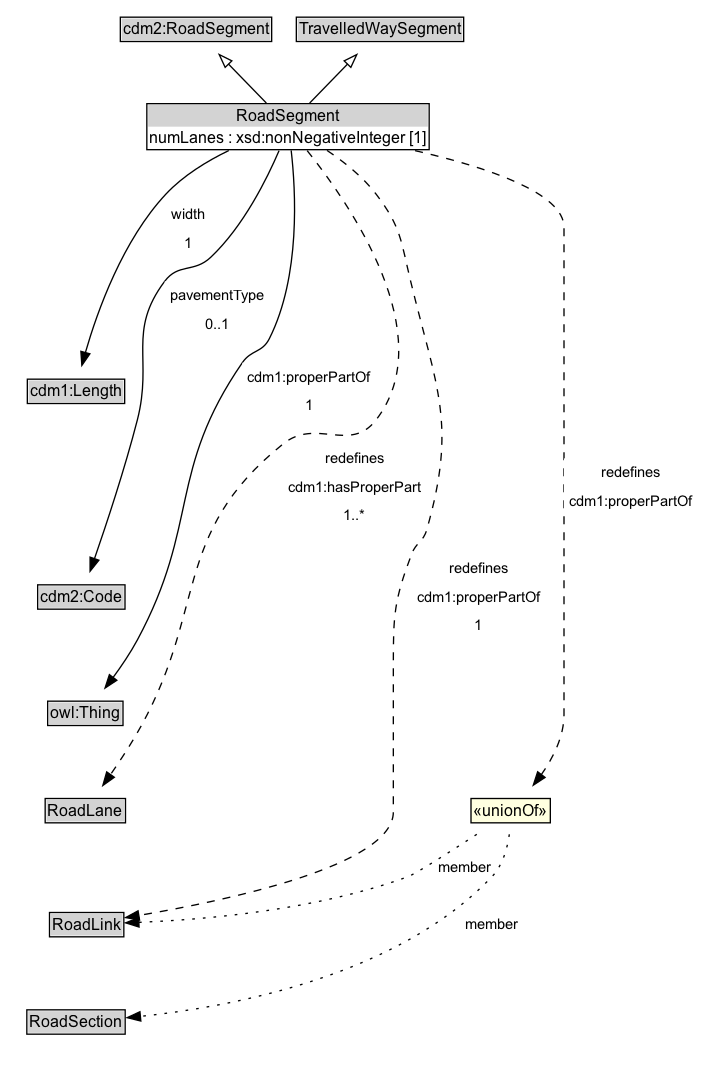
The Graphviz diagram docs/diagrams/RoadSegment.dot.png in ISO-TC204/ontology-cdm-p3-v1, before a commit. Its source is kept beside it as docs/diagrams/RoadSegment.dot. The source it was exported from:
```dot
digraph {
	graph [overlap=false rankdir=TB splines=true]
	node [fontname=Arial fontsize=12 margin=0 shape=none]
	edge [fontname=Arial fontsize=11]
	{
		rank=source
		cdm2_RoadSegment [label=<<TABLE BORDER="1" CELLBORDER="0" CELLSPACING="0" CELLPADDING="1"><TR><TD BGCOLOR="lightgray" ALIGN="CENTER">cdm2:RoadSegment</TD></TR></TABLE>> URL="https://w3id.org/citydata/part2/v1/RoadSegment" margin=0]
		TravelledWaySegment [label=<<TABLE BORDER="1" CELLBORDER="0" CELLSPACING="0" CELLPADDING="1"><TR><TD BGCOLOR="lightgray" ALIGN="CENTER">TravelledWaySegment</TD></TR></TABLE>> URL="../TravelledWaySegment" margin=0]
	}
	RoadSegment [label=<<TABLE BORDER="1" CELLBORDER="0" CELLSPACING="0" CELLPADDING="1"><TR><TD BGCOLOR="lightgray" ALIGN="CENTER">RoadSegment</TD></TR><TR><TD ALIGN="LEFT">numLanes : xsd:nonNegativeInteger [1]</TD></TR></TABLE>> URL="../RoadSegment" margin=0]
	{
		rank=max
	}
	subgraph cluster_associated {
		label="" style=invis
		Invis [label=<<TABLE BORDER="0" CELLBORDER="0" CELLSPACING="0" CELLPADDING="1"><TR><TD></TD></TR></TABLE>> margin=0 style=invis]
		cdm1_Length [label=<<TABLE BORDER="1" CELLBORDER="0" CELLSPACING="0" CELLPADDING="1"><TR><TD BGCOLOR="lightgray" ALIGN="CENTER">cdm1:Length</TD></TR></TABLE>> URL="https://w3id.org/citydata/part1/v1/Length" margin=0]
		cdm2_Code [label=<<TABLE BORDER="1" CELLBORDER="0" CELLSPACING="0" CELLPADDING="1"><TR><TD BGCOLOR="lightgray" ALIGN="CENTER">cdm2:Code</TD></TR></TABLE>> URL="https://w3id.org/citydata/part2/v1/Code" margin=0]
		owl_Thing [label=<<TABLE BORDER="1" CELLBORDER="0" CELLSPACING="0" CELLPADDING="1"><TR><TD BGCOLOR="lightgray" ALIGN="CENTER">owl:Thing</TD></TR></TABLE>> URL="https://w3id.org/citydata/imported/owl/latest/Thing" margin=0]
		RoadLane [label=<<TABLE BORDER="1" CELLBORDER="0" CELLSPACING="0" CELLPADDING="1"><TR><TD BGCOLOR="lightgray" ALIGN="CENTER">RoadLane</TD></TR></TABLE>> URL="../RoadLane" margin=0]
		RoadLink [label=<<TABLE BORDER="1" CELLBORDER="0" CELLSPACING="0" CELLPADDING="1"><TR><TD BGCOLOR="lightgray" ALIGN="CENTER">RoadLink</TD></TR></TABLE>> URL="../RoadLink" margin=0]
		RoadSection [label=<<TABLE BORDER="1" CELLBORDER="0" CELLSPACING="0" CELLPADDING="1"><TR><TD BGCOLOR="lightgray" ALIGN="CENTER">RoadSection</TD></TR></TABLE>> URL="../RoadSection" margin=0]
	}
	RoadSegment -> cdm2_RoadSegment [arrowhead=onormal style=solid]
	RoadSegment -> TravelledWaySegment [arrowhead=onormal style=solid]
	RoadSegment -> Invis [style=invis]
	Invis -> cdm1_Length [style=invis]
	cdm1_Length -> cdm2_Code [style=invis]
	cdm2_Code -> owl_Thing [style=invis]
	owl_Thing -> RoadLane [style=invis]
	RoadLane -> RoadLink [style=invis]
	RoadLink -> RoadSection [style=invis]
	cdm1_Length [label=<<TABLE BORDER="1" CELLBORDER="0" CELLSPACING="0" CELLPADDING="1"><TR><TD BGCOLOR="lightgray" ALIGN="CENTER">cdm1:Length</TD></TR></TABLE>> URL="https://w3id.org/citydata/part1/v1/Length" margin=0]
	RoadSegment -> cdm1_Length [label=<<TABLE BORDER="0" CELLBORDER="0" CELLSPACING="0" CELLPADDING="4" BGCOLOR="white"><TR><TD ALIGN="CENTER">width</TD></TR><TR><TD ALIGN="CENTER">1</TD></TR></TABLE>> arrowhead=normal style=solid]
	neeae970be7f1404abb59572b2a28fc09b38 [label=<<TABLE BORDER="1" CELLBORDER="0" CELLSPACING="0" CELLPADDING="1" BGCOLOR="lightyellow"><TR><TD ALIGN="CENTER">«unionOf»</TD></TR></TABLE>> margin=0]
	RoadLink [label=<<TABLE BORDER="1" CELLBORDER="0" CELLSPACING="0" CELLPADDING="1"><TR><TD BGCOLOR="lightgray" ALIGN="CENTER">RoadLink</TD></TR></TABLE>> URL="../RoadLink" margin=0]
	neeae970be7f1404abb59572b2a28fc09b38 -> RoadLink [label=member arrowhead=normal style=dotted]
	RoadSection [label=<<TABLE BORDER="1" CELLBORDER="0" CELLSPACING="0" CELLPADDING="1"><TR><TD BGCOLOR="lightgray" ALIGN="CENTER">RoadSection</TD></TR></TABLE>> URL="../RoadSection" margin=0]
	neeae970be7f1404abb59572b2a28fc09b38 -> RoadSection [label=member arrowhead=normal style=dotted]
	RoadSegment -> neeae970be7f1404abb59572b2a28fc09b38 [label=<<TABLE BORDER="0" CELLBORDER="0" CELLSPACING="0" CELLPADDING="4" BGCOLOR="white"><TR><TD ALIGN="CENTER">redefines</TD></TR><TR><TD ALIGN="CENTER">cdm1:properPartOf</TD></TR></TABLE>> arrowhead=normal style=dashed]
	RoadLane [label=<<TABLE BORDER="1" CELLBORDER="0" CELLSPACING="0" CELLPADDING="1"><TR><TD BGCOLOR="lightgray" ALIGN="CENTER">RoadLane</TD></TR></TABLE>> URL="../RoadLane" margin=0]
	RoadSegment -> RoadLane [label=<<TABLE BORDER="0" CELLBORDER="0" CELLSPACING="0" CELLPADDING="4" BGCOLOR="white"><TR><TD ALIGN="CENTER">redefines</TD></TR><TR><TD ALIGN="CENTER">cdm1:hasProperPart</TD></TR><TR><TD ALIGN="CENTER">1..*</TD></TR></TABLE>> arrowhead=normal style=dashed]
	RoadSegment -> RoadLink [label=<<TABLE BORDER="0" CELLBORDER="0" CELLSPACING="0" CELLPADDING="4" BGCOLOR="white"><TR><TD ALIGN="CENTER">redefines</TD></TR><TR><TD ALIGN="CENTER">cdm1:properPartOf</TD></TR><TR><TD ALIGN="CENTER">1</TD></TR></TABLE>> arrowhead=normal style=dashed]
	cdm2_Code [label=<<TABLE BORDER="1" CELLBORDER="0" CELLSPACING="0" CELLPADDING="1"><TR><TD BGCOLOR="lightgray" ALIGN="CENTER">cdm2:Code</TD></TR></TABLE>> URL="https://w3id.org/citydata/part2/v1/Code" margin=0]
	RoadSegment -> cdm2_Code [label=<<TABLE BORDER="0" CELLBORDER="0" CELLSPACING="0" CELLPADDING="4" BGCOLOR="white"><TR><TD ALIGN="CENTER">pavementType</TD></TR><TR><TD ALIGN="CENTER">0..1</TD></TR></TABLE>> arrowhead=normal style=solid]
	owl_Thing [label=<<TABLE BORDER="1" CELLBORDER="0" CELLSPACING="0" CELLPADDING="1"><TR><TD BGCOLOR="lightgray" ALIGN="CENTER">owl:Thing</TD></TR></TABLE>> URL="https://w3id.org/citydata/imported/owl/latest/Thing" margin=0]
	RoadSegment -> owl_Thing [label=<<TABLE BORDER="0" CELLBORDER="0" CELLSPACING="0" CELLPADDING="4" BGCOLOR="white"><TR><TD ALIGN="CENTER">cdm1:properPartOf</TD></TR><TR><TD ALIGN="CENTER">1</TD></TR></TABLE>> arrowhead=normal style=solid]
}
```
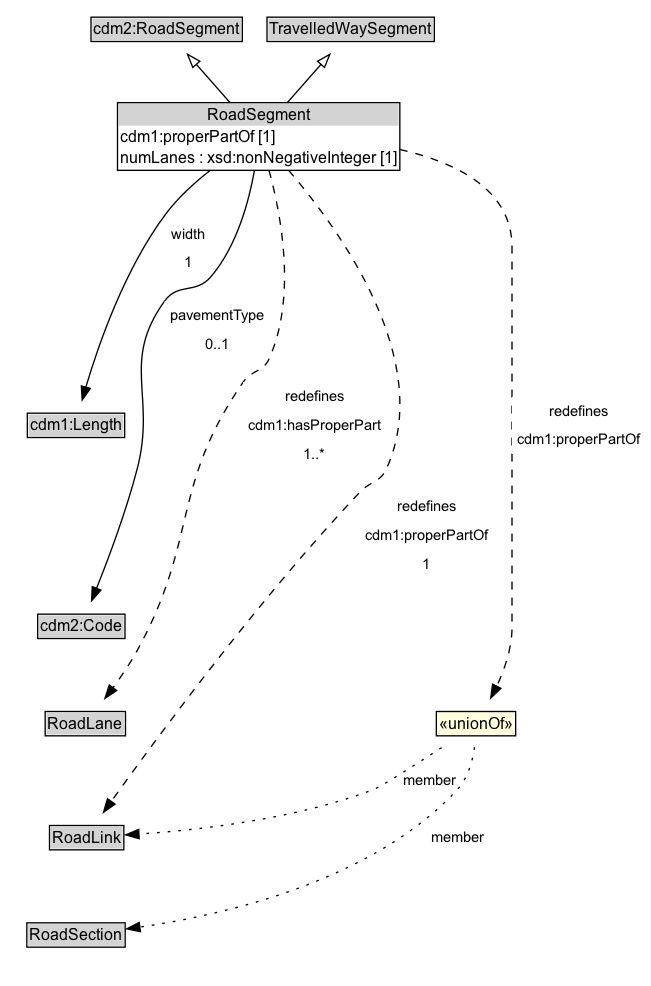
The same file after the commit.

The edit, as a diff of the source:
```diff
@@ -7,7 +7,7 @@
 		cdm2_RoadSegment [label=<<TABLE BORDER="1" CELLBORDER="0" CELLSPACING="0" CELLPADDING="1"><TR><TD BGCOLOR="lightgray" ALIGN="CENTER">cdm2:RoadSegment</TD></TR></TABLE>> URL="https://w3id.org/citydata/part2/v1/RoadSegment" margin=0]
 		TravelledWaySegment [label=<<TABLE BORDER="1" CELLBORDER="0" CELLSPACING="0" CELLPADDING="1"><TR><TD BGCOLOR="lightgray" ALIGN="CENTER">TravelledWaySegment</TD></TR></TABLE>> URL="../TravelledWaySegment" margin=0]
 	}
-	RoadSegment [label=<<TABLE BORDER="1" CELLBORDER="0" CELLSPACING="0" CELLPADDING="1"><TR><TD BGCOLOR="lightgray" ALIGN="CENTER">RoadSegment</TD></TR><TR><TD ALIGN="LEFT">numLanes : xsd:nonNegativeInteger [1]</TD></TR></TABLE>> URL="../RoadSegment" margin=0]
+	RoadSegment [label=<<TABLE BORDER="1" CELLBORDER="0" CELLSPACING="0" CELLPADDING="1"><TR><TD BGCOLOR="lightgray" ALIGN="CENTER">RoadSegment</TD></TR><TR><TD ALIGN="LEFT">cdm1:properPartOf [1]</TD></TR><TR><TD ALIGN="LEFT">numLanes : xsd:nonNegativeInteger [1]</TD></TR></TABLE>> URL="../RoadSegment" margin=0]
 	{
 		rank=max
 	}
@@ -16,7 +16,6 @@
 		Invis [label=<<TABLE BORDER="0" CELLBORDER="0" CELLSPACING="0" CELLPADDING="1"><TR><TD></TD></TR></TABLE>> margin=0 style=invis]
 		cdm1_Length [label=<<TABLE BORDER="1" CELLBORDER="0" CELLSPACING="0" CELLPADDING="1"><TR><TD BGCOLOR="lightgray" ALIGN="CENTER">cdm1:Length</TD></TR></TABLE>> URL="https://w3id.org/citydata/part1/v1/Length" margin=0]
 		cdm2_Code [label=<<TABLE BORDER="1" CELLBORDER="0" CELLSPACING="0" CELLPADDING="1"><TR><TD BGCOLOR="lightgray" ALIGN="CENTER">cdm2:Code</TD></TR></TABLE>> URL="https://w3id.org/citydata/part2/v1/Code" margin=0]
-		owl_Thing [label=<<TABLE BORDER="1" CELLBORDER="0" CELLSPACING="0" CELLPADDING="1"><TR><TD BGCOLOR="lightgray" ALIGN="CENTER">owl:Thing</TD></TR></TABLE>> URL="https://w3id.org/citydata/imported/owl/latest/Thing" margin=0]
 		RoadLane [label=<<TABLE BORDER="1" CELLBORDER="0" CELLSPACING="0" CELLPADDING="1"><TR><TD BGCOLOR="lightgray" ALIGN="CENTER">RoadLane</TD></TR></TABLE>> URL="../RoadLane" margin=0]
 		RoadLink [label=<<TABLE BORDER="1" CELLBORDER="0" CELLSPACING="0" CELLPADDING="1"><TR><TD BGCOLOR="lightgray" ALIGN="CENTER">RoadLink</TD></TR></TABLE>> URL="../RoadLink" margin=0]
 		RoadSection [label=<<TABLE BORDER="1" CELLBORDER="0" CELLSPACING="0" CELLPADDING="1"><TR><TD BGCOLOR="lightgray" ALIGN="CENTER">RoadSection</TD></TR></TABLE>> URL="../RoadSection" margin=0]
@@ -26,23 +25,20 @@
 	RoadSegment -> Invis [style=invis]
 	Invis -> cdm1_Length [style=invis]
 	cdm1_Length -> cdm2_Code [style=invis]
-	cdm2_Code -> owl_Thing [style=invis]
-	owl_Thing -> RoadLane [style=invis]
+	cdm2_Code -> RoadLane [style=invis]
 	RoadLane -> RoadLink [style=invis]
 	RoadLink -> RoadSection [style=invis]
+	RoadLane [label=<<TABLE BORDER="1" CELLBORDER="0" CELLSPACING="0" CELLPADDING="1"><TR><TD BGCOLOR="lightgray" ALIGN="CENTER">RoadLane</TD></TR></TABLE>> URL="../RoadLane" margin=0]
+	RoadSegment -> RoadLane [label=<<TABLE BORDER="0" CELLBORDER="0" CELLSPACING="0" CELLPADDING="4" BGCOLOR="white"><TR><TD ALIGN="CENTER">redefines</TD></TR><TR><TD ALIGN="CENTER">cdm1:hasProperPart</TD></TR><TR><TD ALIGN="CENTER">1..*</TD></TR></TABLE>> arrowhead=normal style=dashed]
+	nf9bf95ca936a48ed91a85f16e3ee047ab37 [label=<<TABLE BORDER="1" CELLBORDER="0" CELLSPACING="0" CELLPADDING="1" BGCOLOR="lightyellow"><TR><TD ALIGN="CENTER">«unionOf»</TD></TR></TABLE>> margin=0]
+	RoadLink [label=<<TABLE BORDER="1" CELLBORDER="0" CELLSPACING="0" CELLPADDING="1"><TR><TD BGCOLOR="lightgray" ALIGN="CENTER">RoadLink</TD></TR></TABLE>> URL="../RoadLink" margin=0]
+	nf9bf95ca936a48ed91a85f16e3ee047ab37 -> RoadLink [label=member arrowhead=normal style=dotted]
+	RoadSection [label=<<TABLE BORDER="1" CELLBORDER="0" CELLSPACING="0" CELLPADDING="1"><TR><TD BGCOLOR="lightgray" ALIGN="CENTER">RoadSection</TD></TR></TABLE>> URL="../RoadSection" margin=0]
+	nf9bf95ca936a48ed91a85f16e3ee047ab37 -> RoadSection [label=member arrowhead=normal style=dotted]
+	RoadSegment -> nf9bf95ca936a48ed91a85f16e3ee047ab37 [label=<<TABLE BORDER="0" CELLBORDER="0" CELLSPACING="0" CELLPADDING="4" BGCOLOR="white"><TR><TD ALIGN="CENTER">redefines</TD></TR><TR><TD ALIGN="CENTER">cdm1:properPartOf</TD></TR></TABLE>> arrowhead=normal style=dashed]
+	RoadSegment -> RoadLink [label=<<TABLE BORDER="0" CELLBORDER="0" CELLSPACING="0" CELLPADDING="4" BGCOLOR="white"><TR><TD ALIGN="CENTER">redefines</TD></TR><TR><TD ALIGN="CENTER">cdm1:properPartOf</TD></TR><TR><TD ALIGN="CENTER">1</TD></TR></TABLE>> arrowhead=normal style=dashed]
 	cdm1_Length [label=<<TABLE BORDER="1" CELLBORDER="0" CELLSPACING="0" CELLPADDING="1"><TR><TD BGCOLOR="lightgray" ALIGN="CENTER">cdm1:Length</TD></TR></TABLE>> URL="https://w3id.org/citydata/part1/v1/Length" margin=0]
 	RoadSegment -> cdm1_Length [label=<<TABLE BORDER="0" CELLBORDER="0" CELLSPACING="0" CELLPADDING="4" BGCOLOR="white"><TR><TD ALIGN="CENTER">width</TD></TR><TR><TD ALIGN="CENTER">1</TD></TR></TABLE>> arrowhead=normal style=solid]
-	neeae970be7f1404abb59572b2a28fc09b38 [label=<<TABLE BORDER="1" CELLBORDER="0" CELLSPACING="0" CELLPADDING="1" BGCOLOR="lightyellow"><TR><TD ALIGN="CENTER">«unionOf»</TD></TR></TABLE>> margin=0]
-	RoadLink [label=<<TABLE BORDER="1" CELLBORDER="0" CELLSPACING="0" CELLPADDING="1"><TR><TD BGCOLOR="lightgray" ALIGN="CENTER">RoadLink</TD></TR></TABLE>> URL="../RoadLink" margin=0]
-	neeae970be7f1404abb59572b2a28fc09b38 -> RoadLink [label=member arrowhead=normal style=dotted]
-	RoadSection [label=<<TABLE BORDER="1" CELLBORDER="0" CELLSPACING="0" CELLPADDING="1"><TR><TD BGCOLOR="lightgray" ALIGN="CENTER">RoadSection</TD></TR></TABLE>> URL="../RoadSection" margin=0]
-	neeae970be7f1404abb59572b2a28fc09b38 -> RoadSection [label=member arrowhead=normal style=dotted]
-	RoadSegment -> neeae970be7f1404abb59572b2a28fc09b38 [label=<<TABLE BORDER="0" CELLBORDER="0" CELLSPACING="0" CELLPADDING="4" BGCOLOR="white"><TR><TD ALIGN="CENTER">redefines</TD></TR><TR><TD ALIGN="CENTER">cdm1:properPartOf</TD></TR></TABLE>> arrowhead=normal style=dashed]
-	RoadLane [label=<<TABLE BORDER="1" CELLBORDER="0" CELLSPACING="0" CELLPADDING="1"><TR><TD BGCOLOR="lightgray" ALIGN="CENTER">RoadLane</TD></TR></TABLE>> URL="../RoadLane" margin=0]
-	RoadSegment -> RoadLane [label=<<TABLE BORDER="0" CELLBORDER="0" CELLSPACING="0" CELLPADDING="4" BGCOLOR="white"><TR><TD ALIGN="CENTER">redefines</TD></TR><TR><TD ALIGN="CENTER">cdm1:hasProperPart</TD></TR><TR><TD ALIGN="CENTER">1..*</TD></TR></TABLE>> arrowhead=normal style=dashed]
-	RoadSegment -> RoadLink [label=<<TABLE BORDER="0" CELLBORDER="0" CELLSPACING="0" CELLPADDING="4" BGCOLOR="white"><TR><TD ALIGN="CENTER">redefines</TD></TR><TR><TD ALIGN="CENTER">cdm1:properPartOf</TD></TR><TR><TD ALIGN="CENTER">1</TD></TR></TABLE>> arrowhead=normal style=dashed]
 	cdm2_Code [label=<<TABLE BORDER="1" CELLBORDER="0" CELLSPACING="0" CELLPADDING="1"><TR><TD BGCOLOR="lightgray" ALIGN="CENTER">cdm2:Code</TD></TR></TABLE>> URL="https://w3id.org/citydata/part2/v1/Code" margin=0]
 	RoadSegment -> cdm2_Code [label=<<TABLE BORDER="0" CELLBORDER="0" CELLSPACING="0" CELLPADDING="4" BGCOLOR="white"><TR><TD ALIGN="CENTER">pavementType</TD></TR><TR><TD ALIGN="CENTER">0..1</TD></TR></TABLE>> arrowhead=normal style=solid]
-	owl_Thing [label=<<TABLE BORDER="1" CELLBORDER="0" CELLSPACING="0" CELLPADDING="1"><TR><TD BGCOLOR="lightgray" ALIGN="CENTER">owl:Thing</TD></TR></TABLE>> URL="https://w3id.org/citydata/imported/owl/latest/Thing" margin=0]
-	RoadSegment -> owl_Thing [label=<<TABLE BORDER="0" CELLBORDER="0" CELLSPACING="0" CELLPADDING="4" BGCOLOR="white"><TR><TD ALIGN="CENTER">cdm1:properPartOf</TD></TR><TR><TD ALIGN="CENTER">1</TD></TR></TABLE>> arrowhead=normal style=solid]
 }
```
